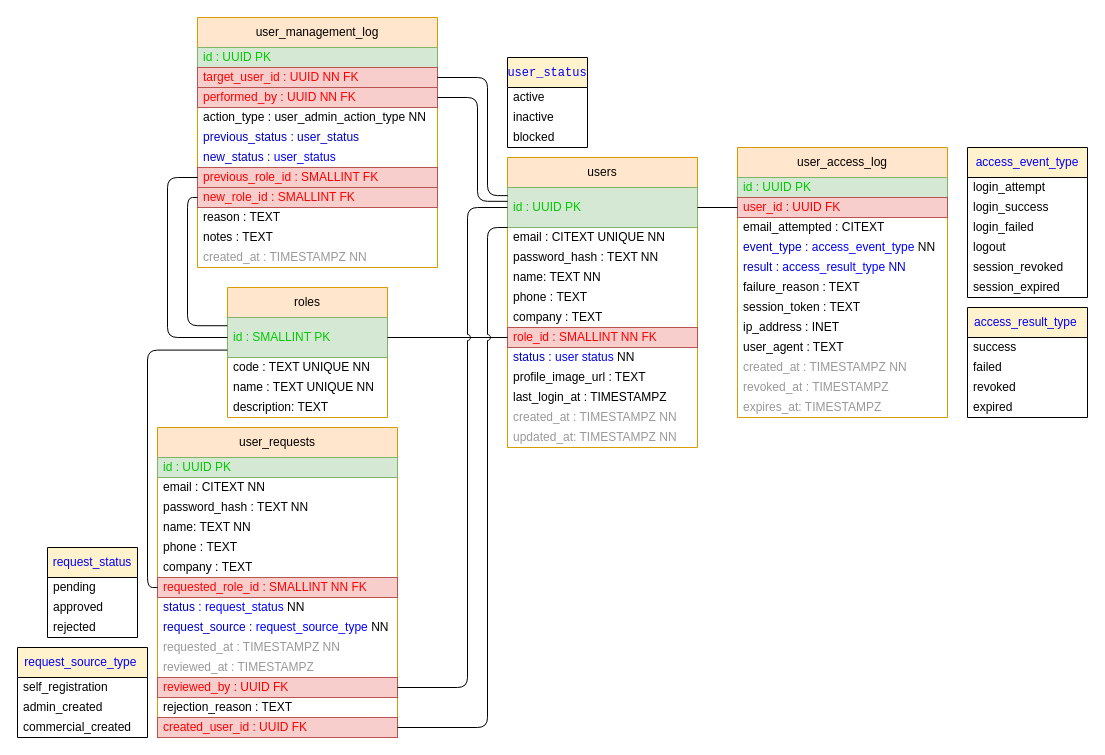
Earlier version of the draw.io diagram docs/docs/figures/UML/MCD/M1_BD.drawio (MadaoSurmanito/app-tfg). Source tidied: cells renumbered, new cells numbered last; positions are measured from the earlier drawing's top-left corner, leaving out a move shared by most shapes. Both pictures are drawn from the tidied source at 100%, with x=0, y=0 at pixel (17, 17).
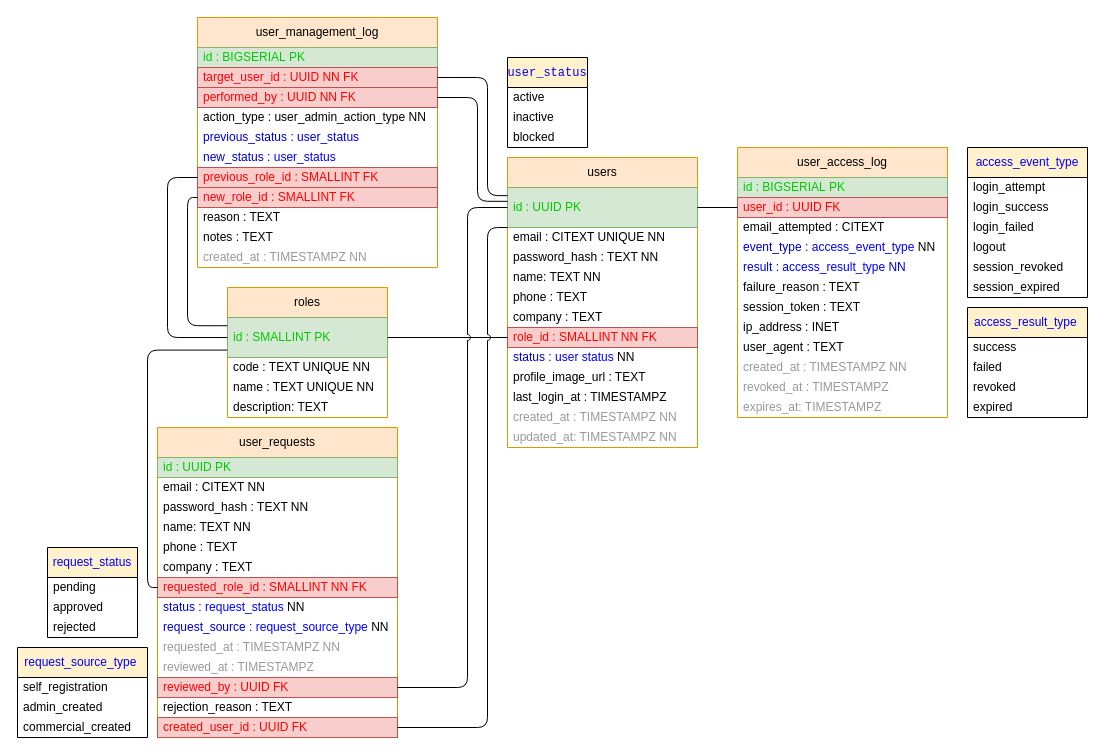
Above is the later version.

The change refers to these unchanged cells:
```xml
<mxCell id="47" value="user_management_log" style="swimlane;fontStyle=0;horizontal=1;startSize=30;whiteSpace=wrap;html=1;fillColor=#ffe6cc;strokeColor=#d79b00;" parent="1" vertex="1">
  <mxGeometry x="180" width="240" height="250" as="geometry" />
</mxCell>
<mxCell id="62" value="user_access_log" style="swimlane;fontStyle=0;horizontal=1;startSize=30;whiteSpace=wrap;html=1;fillColor=#ffe6cc;strokeColor=#d79b00;" parent="1" vertex="1">
  <mxGeometry x="720" y="130" width="210" height="270" as="geometry" />
</mxCell>
```

Diff of the diagram source:
```diff
@@
-    <mxCell id="48" value="&lt;font color=&quot;#00cc00&quot;&gt;id : UUID PK&lt;/font&gt;" style="text;strokeColor=#82b366;fillColor=#d5e8d4;align=left;verticalAlign=middle;spacingLeft=4;spacingRight=4;overflow=hidden;whiteSpace=wrap;html=1;" parent="47" vertex="1">
+    <mxCell id="48" value="&lt;font color=&quot;#00cc00&quot;&gt;id :&amp;nbsp;&lt;span style=&quot;color: rgb(0, 204, 0);&quot;&gt;BIGSERIAL&amp;nbsp;&lt;/span&gt;PK&lt;/font&gt;" style="text;strokeColor=#82b366;fillColor=#d5e8d4;align=left;verticalAlign=middle;spacingLeft=4;spacingRight=4;overflow=hidden;whiteSpace=wrap;html=1;" parent="47" vertex="1">
       <mxGeometry y="30" width="240" height="20" as="geometry" />
     </mxCell>
@@
-    <mxCell id="63" value="&lt;font color=&quot;#00cc00&quot;&gt;id : UUID PK&lt;/font&gt;" style="text;strokeColor=#82b366;fillColor=#d5e8d4;align=left;verticalAlign=middle;spacingLeft=4;spacingRight=4;overflow=hidden;whiteSpace=wrap;html=1;" parent="62" vertex="1">
+    <mxCell id="63" value="&lt;font color=&quot;#00cc00&quot;&gt;id :&amp;nbsp;&lt;span style=&quot;color: rgb(0, 204, 0);&quot;&gt;BIGSERIAL&amp;nbsp;&lt;/span&gt;PK&lt;/font&gt;" style="text;strokeColor=#82b366;fillColor=#d5e8d4;align=left;verticalAlign=middle;spacingLeft=4;spacingRight=4;overflow=hidden;whiteSpace=wrap;html=1;" parent="62" vertex="1">
       <mxGeometry y="30" width="210" height="20" as="geometry" />
     </mxCell>
```
